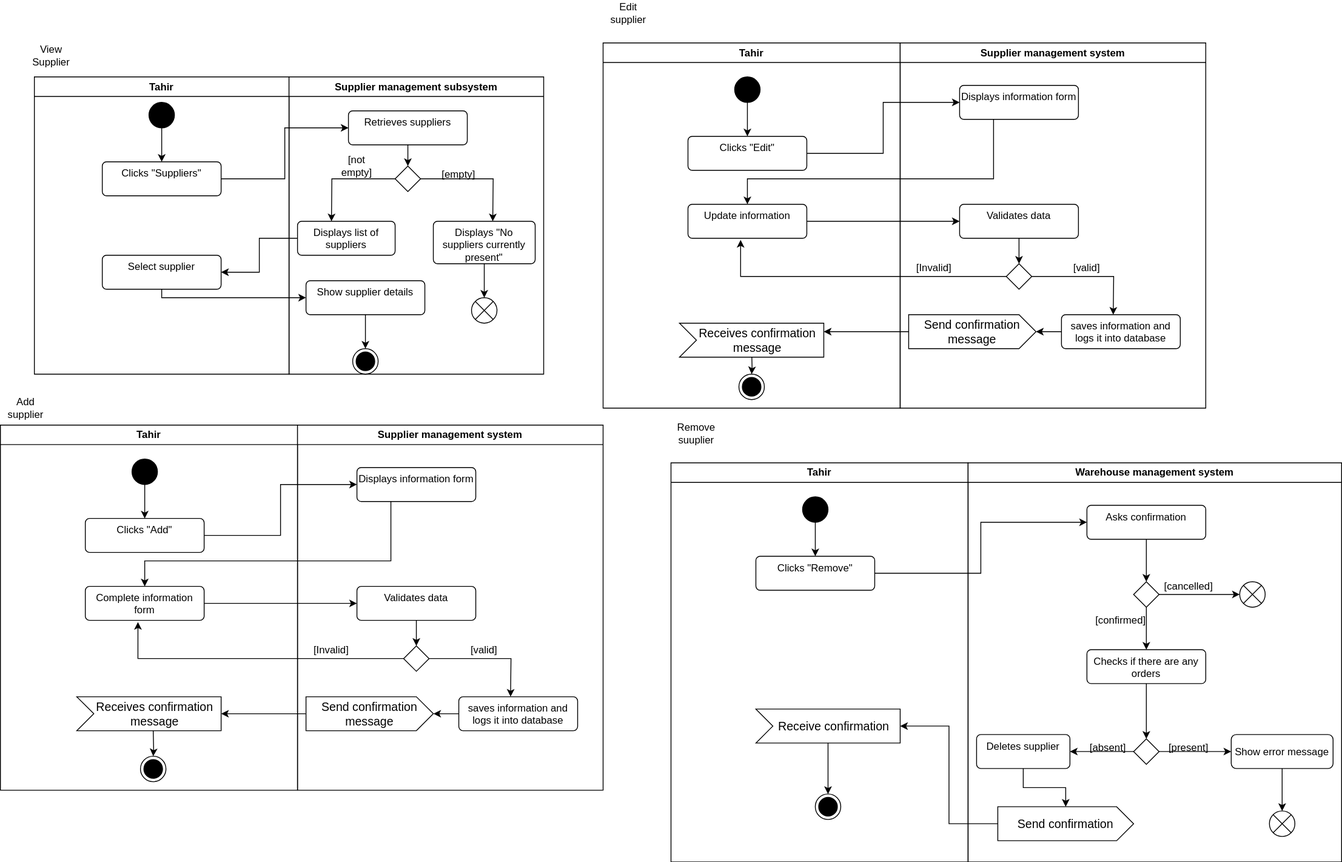
Earlier version of the draw.io export supplier_act.svg (Simamkele88/IFM3_GP). Source tidied: cells renumbered, new cells last; positions are measured from the earlier drawing's top-left corner, leaving out a move shared by most shapes.
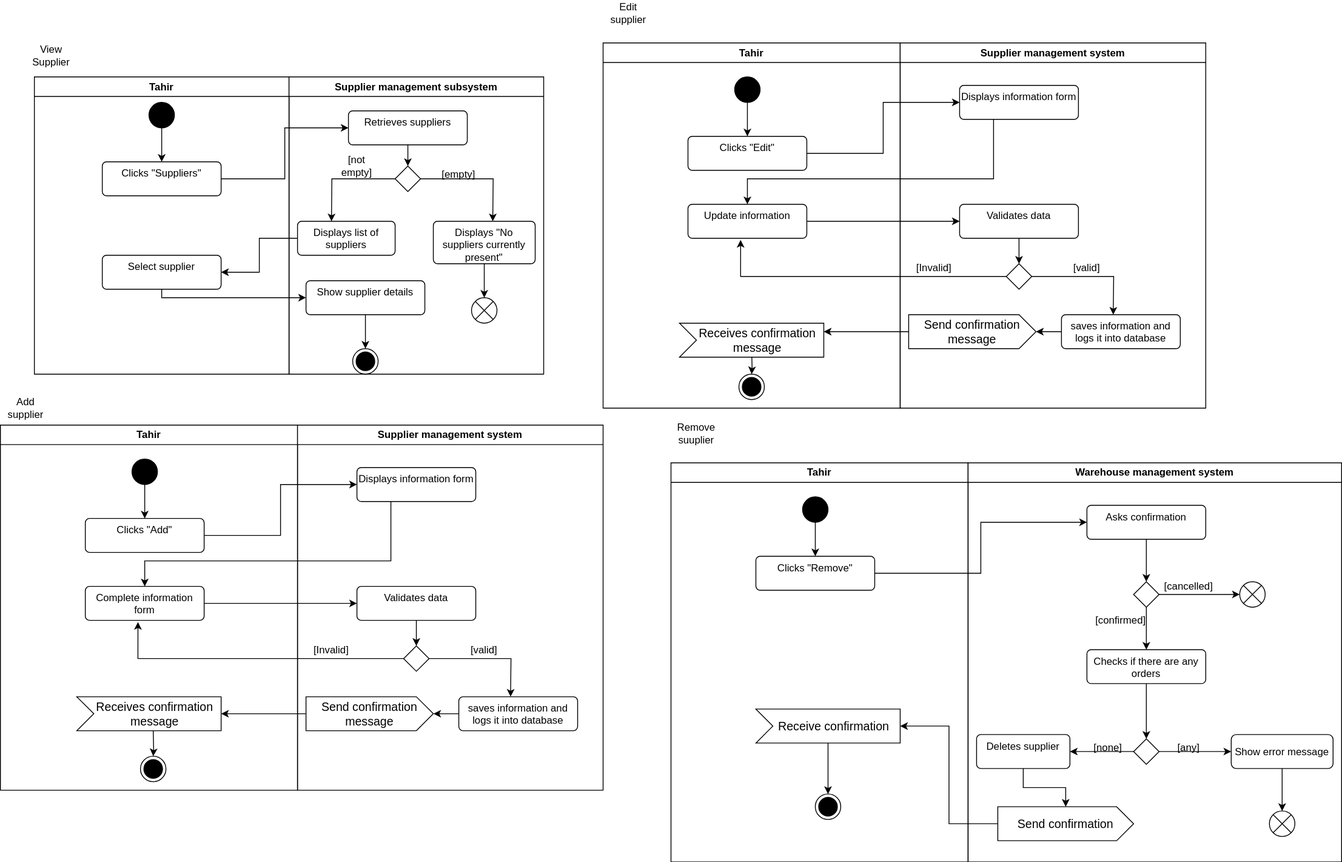
Above is the later version.

Diff of the diagram source:
```diff
@@ -334,10 +334,10 @@
     <mxCell id="100" value="Show error message" style="rounded=1;whiteSpace=wrap;html=1;" parent="85" vertex="1">
       <mxGeometry x="310" y="320" width="120" height="40" as="geometry" />
     </mxCell>
-    <mxCell id="101" value="[present]&lt;span style=&quot;color: rgba(0, 0, 0, 0); font-family: monospace; font-size: 0px; text-align: start; text-wrap-mode: nowrap;&quot;&gt;%3CmxGraphModel%3E%3Croot%3E%3CmxCell%20id%3D%220%22%2F%3E%3CmxCell%20id%3D%221%22%20parent%3D%220%22%2F%3E%3CmxCell%20id%3D%222%22%20value%3D%22%5Bcancelled%5D%22%20style%3D%22text%3Bhtml%3D1%3Balign%3Dcenter%3BverticalAlign%3Dmiddle%3BwhiteSpace%3Dwrap%3Brounded%3D0%3B%22%20vertex%3D%221%22%20parent%3D%221%22%3E%3CmxGeometry%20x%3D%221440%22%20y%3D%22750%22%20width%3D%2260%22%20height%3D%2230%22%20as%3D%22geometry%22%2F%3E%3C%2FmxCell%3E%3C%2Froot%3E%3C%2FmxGraphModel%3E&lt;/span&gt;" style="text;html=1;align=center;verticalAlign=middle;whiteSpace=wrap;rounded=0;" parent="85" vertex="1">
+    <mxCell id="101" value="[any]&lt;span style=&quot;color: rgba(0, 0, 0, 0); font-family: monospace; font-size: 0px; text-align: start; text-wrap-mode: nowrap;&quot;&gt;%3CmxGraphModel%3E%3Croot%3E%3CmxCell%20id%3D%220%22%2F%3E%3CmxCell%20id%3D%221%22%20parent%3D%220%22%2F%3E%3CmxCell%20id%3D%222%22%20value%3D%22%5Bcancelled%5D%22%20style%3D%22text%3Bhtml%3D1%3Balign%3Dcenter%3BverticalAlign%3Dmiddle%3BwhiteSpace%3Dwrap%3Brounded%3D0%3B%22%20vertex%3D%221%22%20parent%3D%221%22%3E%3CmxGeometry%20x%3D%221440%22%20y%3D%22750%22%20width%3D%2260%22%20height%3D%2230%22%20as%3D%22geometry%22%2F%3E%3C%2FmxCell%3E%3C%2Froot%3E%3C%2FmxGraphModel%3E&lt;/span&gt;" style="text;html=1;align=center;verticalAlign=middle;whiteSpace=wrap;rounded=0;" parent="85" vertex="1">
       <mxGeometry x="230" y="320" width="60" height="30" as="geometry" />
     </mxCell>
-    <mxCell id="102" value="[absent]" style="text;html=1;align=center;verticalAlign=middle;whiteSpace=wrap;rounded=0;" parent="85" vertex="1">
+    <mxCell id="102" value="[none]" style="text;html=1;align=center;verticalAlign=middle;whiteSpace=wrap;rounded=0;" parent="85" vertex="1">
       <mxGeometry x="135" y="320" width="60" height="30" as="geometry" />
     </mxCell>
     <mxCell id="103" style="edgeStyle=orthogonalEdgeStyle;rounded=0;jettySize=auto;html=1;" parent="85" edge="1" source="104" target="106">
```
